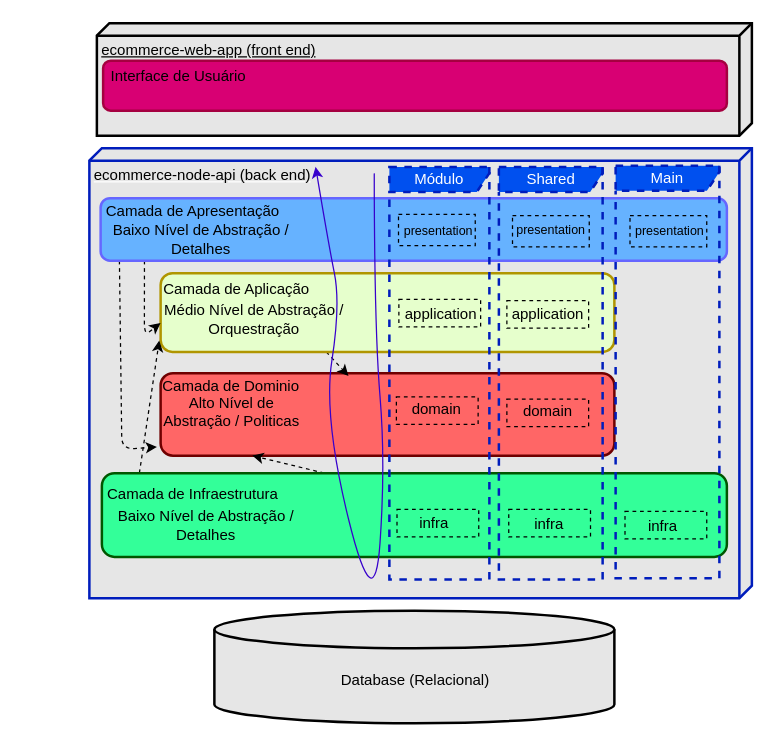
Earlier version of the draw.io diagram page "Arquitetura em Camadas" (1 of 2) of requirements/ecommerce-arquitetura.drawio (Rrodrigo2525/ecommerce-node-api). Source tidied: cells renumbered, new cells numbered last; positions are measured from the earlier drawing's top-left corner, leaving out a move shared by most shapes. Both pictures are drawn from the tidied source at 125%, with x=0, y=0 at pixel (21, 22).
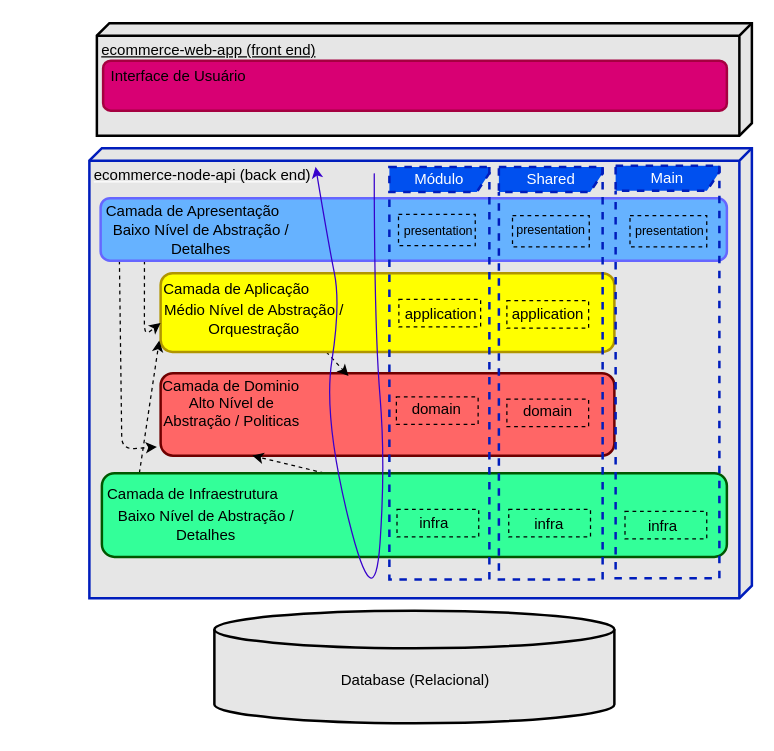
The same diagram, later.

Change to the diagram source:
```diff
@@
-    <mxCell id="9" style="rounded=1;whiteSpace=wrap;html=1;strokeWidth=2;fillColor=#E6FFCC;fontColor=#000000;strokeColor=#B09500;" parent="1" vertex="1">
+    <mxCell id="9" style="rounded=1;whiteSpace=wrap;html=1;strokeWidth=2;fillColor=#FFFF00;fontColor=#000000;strokeColor=#B09500;" parent="1" vertex="1">
       <mxGeometry x="111" y="200" width="363" height="63" as="geometry" />
     </mxCell>
```
